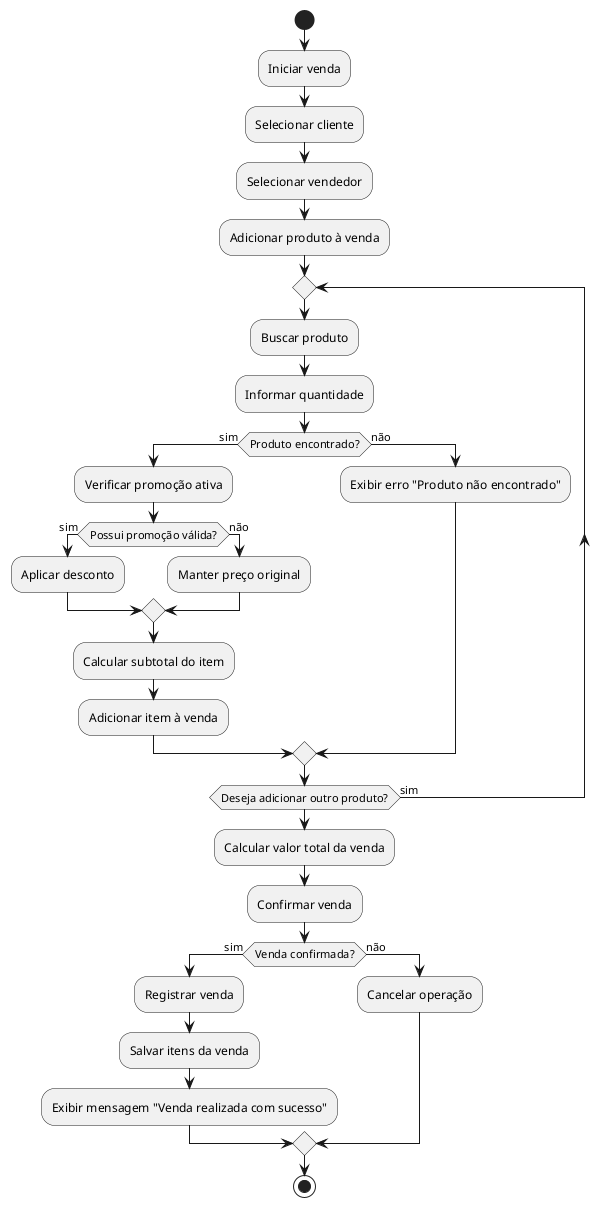
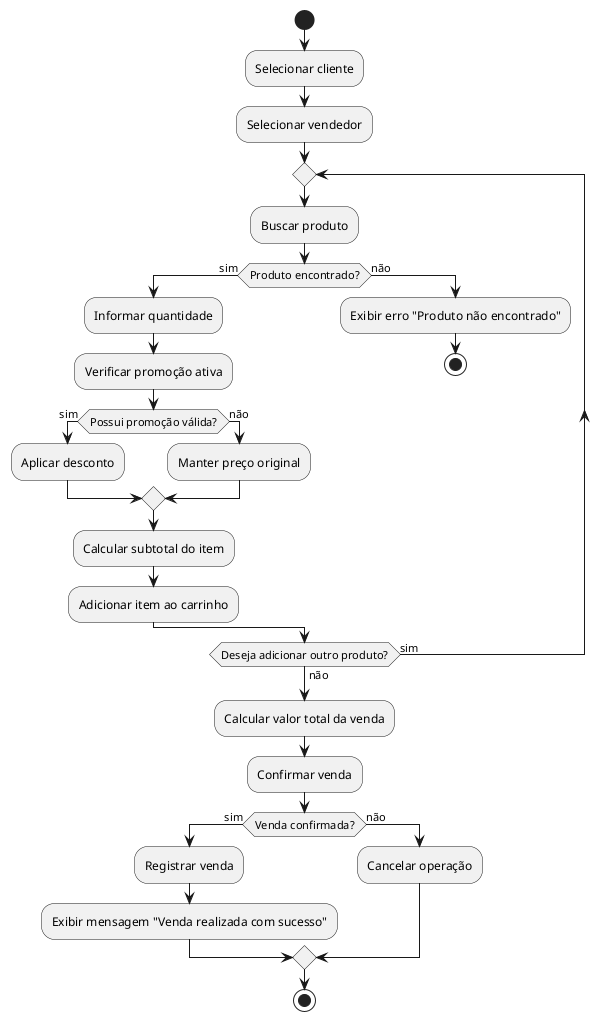
@startuml "Realizar Venda"

start

- :Iniciar venda;
:Selecionar cliente;
:Selecionar vendedor;
- :Adicionar produto à venda;

repeat
    :Buscar produto;
-     :Informar quantidade;

    if (Produto encontrado?) then (sim)
+         :Informar quantidade;
        :Verificar promoção ativa;

        if (Possui promoção válida?) then (sim)
            :Aplicar desconto;
        else (não)
            :Manter preço original;
        endif

        :Calcular subtotal do item;
-         :Adicionar item à venda;
+         :Adicionar item ao carrinho;
    else (não)
        :Exibir erro "Produto não encontrado";
+         stop
    endif

- repeat while (Deseja adicionar outro produto?) is (sim)
+ repeat while (Deseja adicionar outro produto?) is (sim) not (não)

:Calcular valor total da venda;
:Confirmar venda;

if (Venda confirmada?) then (sim)
    :Registrar venda;
-     :Salvar itens da venda;
    :Exibir mensagem "Venda realizada com sucesso";
else (não)
    :Cancelar operação;
endif

stop

@enduml